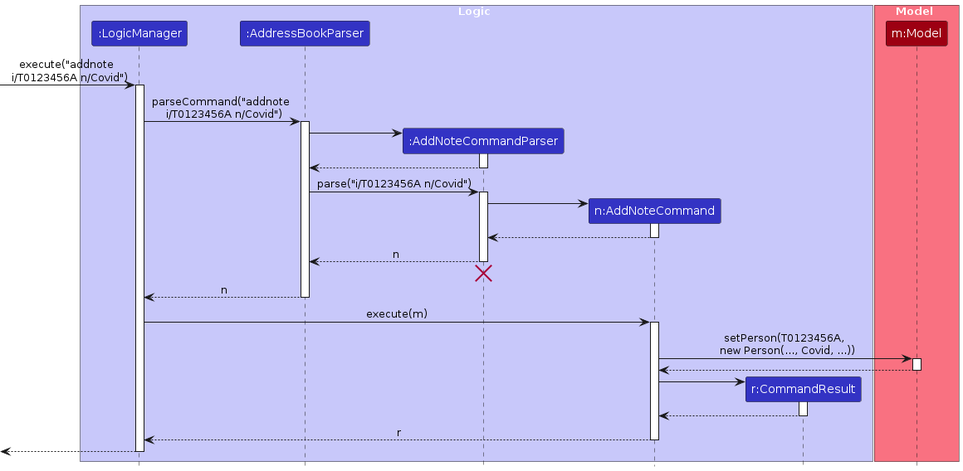
Above: diagrams/AddNoteSequenceDiagram.png in AY2324S2-CS2103T-F14-2/tp (PlantUML), before the change. Its source is kept beside it as diagrams/AddNoteSequenceDiagram.puml. The source it was exported from:
```plantuml
@startuml
!include style.puml
skinparam ArrowFontStyle plain

box Logic LOGIC_COLOR_T1
participant ":LogicManager" as LogicManager LOGIC_COLOR
participant ":AddressBookParser" as AddressBookParser LOGIC_COLOR
participant ":AddNoteCommandParser" as AddNoteCommandParser LOGIC_COLOR
participant "n:AddNoteCommand" as AddNoteCommand LOGIC_COLOR
participant "r:CommandResult" as CommandResult LOGIC_COLOR
end box

box Model MODEL_COLOR_T1
participant "m:Model" as Model MODEL_COLOR
end box

[-> LogicManager : execute("addnote \n i/T0123456A n/Covid")
activate LogicManager

LogicManager -> AddressBookParser : parseCommand("addnote \n i/T0123456A n/Covid")
activate AddressBookParser

create AddNoteCommandParser
AddressBookParser -> AddNoteCommandParser
activate AddNoteCommandParser

AddNoteCommandParser --> AddressBookParser
deactivate AddNoteCommandParser

AddressBookParser -> AddNoteCommandParser : parse("i/T0123456A n/Covid")
activate AddNoteCommandParser

create AddNoteCommand
AddNoteCommandParser -> AddNoteCommand
activate AddNoteCommand

AddNoteCommand --> AddNoteCommandParser :
deactivate AddNoteCommand

AddNoteCommandParser --> AddressBookParser : n
deactivate AddNoteCommandParser
AddNoteCommandParser -[hidden]-> AddressBookParser
destroy AddNoteCommandParser

AddressBookParser --> LogicManager : n
deactivate AddressBookParser

LogicManager -> AddNoteCommand : execute(m)
activate AddNoteCommand

AddNoteCommand -> Model : setPerson(T0123456A, \n new Person(..., Covid, ...))
activate Model

Model --> AddNoteCommand
deactivate Model

create CommandResult
AddNoteCommand -> CommandResult
activate CommandResult

CommandResult --> AddNoteCommand
deactivate CommandResult

AddNoteCommand --> LogicManager : r
deactivate AddNoteCommand

[<--LogicManager
deactivate LogicManager
@enduml
```
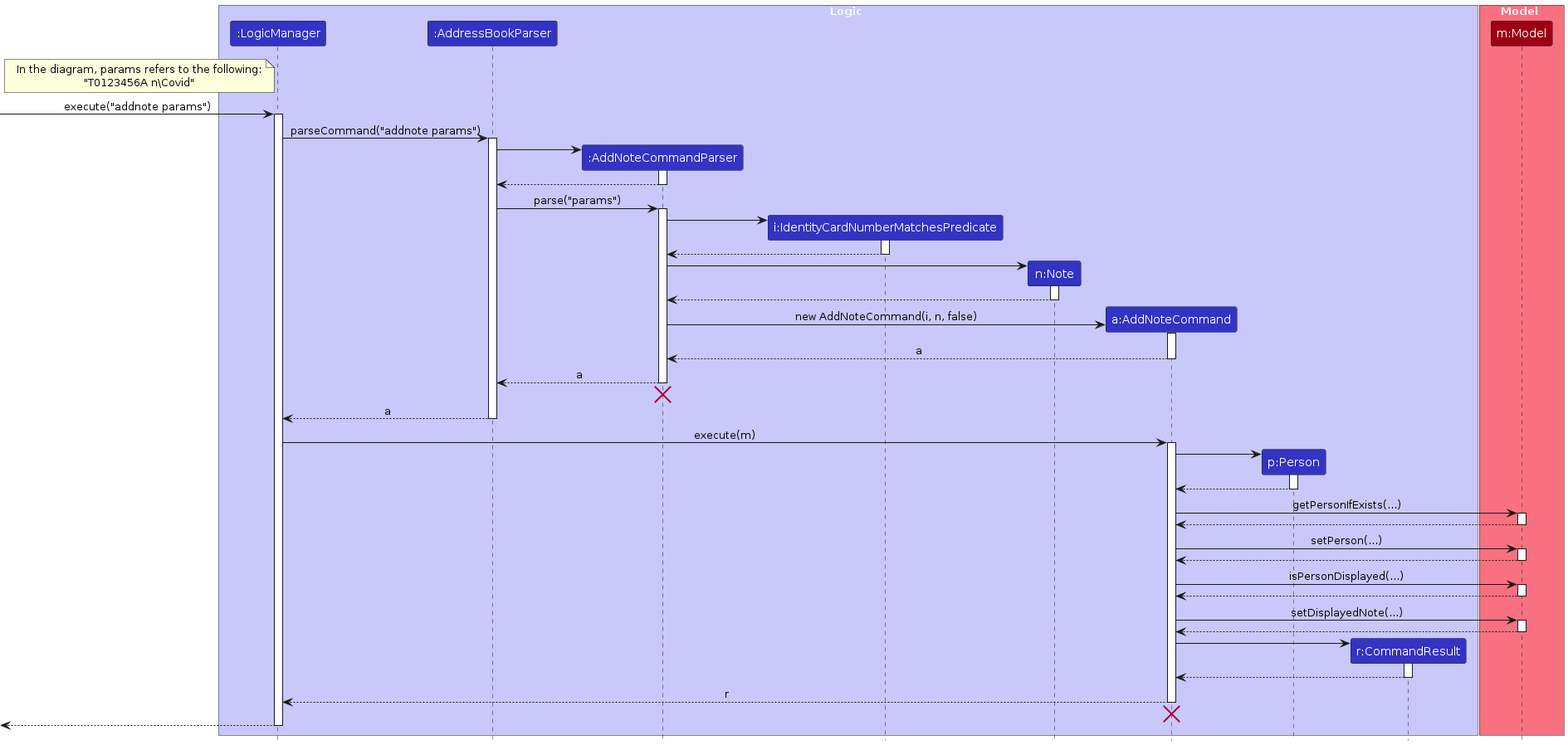
The same diagram one commit later.

Diff of the diagram source:
```diff
@@ -6,7 +6,10 @@
 participant ":LogicManager" as LogicManager LOGIC_COLOR
 participant ":AddressBookParser" as AddressBookParser LOGIC_COLOR
 participant ":AddNoteCommandParser" as AddNoteCommandParser LOGIC_COLOR
-participant "n:AddNoteCommand" as AddNoteCommand LOGIC_COLOR
+participant "i:IdentityCardNumberMatchesPredicate" as IdentityCardNumberPredicate LOGIC_COLOR
+participant "n:Note" as Note LOGIC_COLOR
+participant "a:AddNoteCommand" as AddNoteCommand LOGIC_COLOR
+participant "p:Person" as Person LOGIC_COLOR
 participant "r:CommandResult" as CommandResult LOGIC_COLOR
 end box
 
@@ -14,10 +17,15 @@
 participant "m:Model" as Model MODEL_COLOR
 end box
 
-[-> LogicManager : execute("addnote \n i/T0123456A n/Covid")
+note left of LogicManager
+  In the diagram, params refers to the following:
+  "T0123456A n\Covid"
+end note
+
+[-> LogicManager : execute("addnote params")
 activate LogicManager
 
-LogicManager -> AddressBookParser : parseCommand("addnote \n i/T0123456A n/Covid")
+LogicManager -> AddressBookParser : parseCommand("addnote params")
 activate AddressBookParser
 
 create AddNoteCommandParser
@@ -27,28 +35,67 @@
 AddNoteCommandParser --> AddressBookParser
 deactivate AddNoteCommandParser
 
-AddressBookParser -> AddNoteCommandParser : parse("i/T0123456A n/Covid")
+AddressBookParser -> AddNoteCommandParser : parse("params")
 activate AddNoteCommandParser
 
+create IdentityCardNumberPredicate
+AddNoteCommandParser -> IdentityCardNumberPredicate:
+activate IdentityCardNumberPredicate
+
+IdentityCardNumberPredicate --> AddNoteCommandParser
+deactivate IdentityCardNumberPredicate
+
+create Note
+AddNoteCommandParser -> Note:
+activate Note
+
+Note --> AddNoteCommandParser
+deactivate Note
+
 create AddNoteCommand
-AddNoteCommandParser -> AddNoteCommand
+AddNoteCommandParser -> AddNoteCommand : new AddNoteCommand(i, n, false)
 activate AddNoteCommand
 
-AddNoteCommand --> AddNoteCommandParser :
+AddNoteCommand --> AddNoteCommandParser : a
 deactivate AddNoteCommand
 
-AddNoteCommandParser --> AddressBookParser : n
+AddNoteCommandParser --> AddressBookParser : a
 deactivate AddNoteCommandParser
 AddNoteCommandParser -[hidden]-> AddressBookParser
 destroy AddNoteCommandParser
 
-AddressBookParser --> LogicManager : n
+AddressBookParser --> LogicManager : a
 deactivate AddressBookParser
 
 LogicManager -> AddNoteCommand : execute(m)
 activate AddNoteCommand
 
-AddNoteCommand -> Model : setPerson(T0123456A, \n new Person(..., Covid, ...))
+create Person
+AddNoteCommand -> Person:
+activate Person
+
+Person --> AddNoteCommand
+deactivate Person
+
+AddNoteCommand -> Model : getPersonIfExists(...)
+activate Model
+
+Model --> AddNoteCommand
+deactivate Model
+
+AddNoteCommand -> Model : setPerson(...)
+activate Model
+
+Model --> AddNoteCommand
+deactivate Model
+
+AddNoteCommand -> Model : isPersonDisplayed(...)
+activate Model
+
+Model --> AddNoteCommand
+deactivate Model
+
+AddNoteCommand -> Model : setDisplayedNote(...)
 activate Model
 
 Model --> AddNoteCommand
@@ -64,6 +111,9 @@
 AddNoteCommand --> LogicManager : r
 deactivate AddNoteCommand
 
+AddNoteCommand -[hidden]-> LogicManager
+destroy AddNoteCommand
+
 [<--LogicManager
 deactivate LogicManager
 @enduml
```
